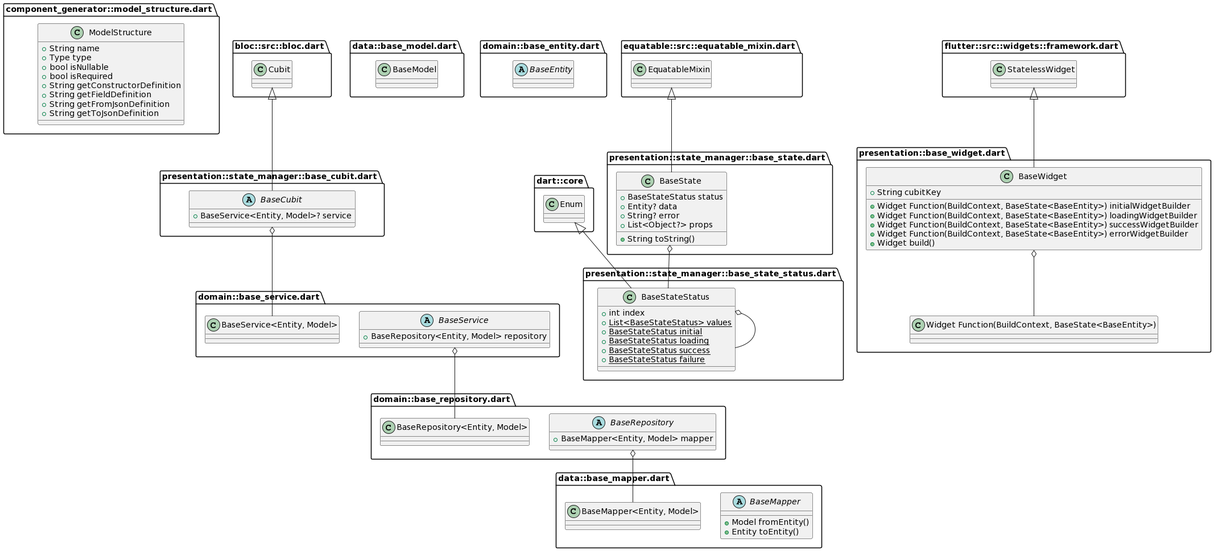
This is architecture_diagram.png from hamed-rezaee/flutter_component_base_architecture, a PlantUML export, as it was before one commit. Its diagram source:
```plantuml
@startuml
set namespaceSeparator ::

class "component_generator::model_structure.dart::ModelStructure" {
  +String name
  +Type type
  +bool isNullable
  +bool isRequired
  +String getConstructorDefinition
  +String getFieldDefinition
  +String getFromJsonDefinition
  +String getToJsonDefinition
}

abstract class "data::base_mapper.dart::BaseMapper" {
  +Model fromEntity()
  +Entity toEntity()
}

class "data::base_model.dart::BaseModel" {
}

abstract class "domain::base_repository.dart::BaseRepository" {
  +BaseMapper<Entity, Model> mapper
}

"domain::base_repository.dart::BaseRepository" o-- "data::base_mapper.dart::BaseMapper<Entity, Model>"

abstract class "domain::base_service.dart::BaseService" {
  +BaseRepository<Entity, Model> repository
}

"domain::base_service.dart::BaseService" o-- "domain::base_repository.dart::BaseRepository<Entity, Model>"

abstract class "domain::base_entity.dart::BaseEntity" {
}

class "presentation::state_manager::base_state_status.dart::BaseStateStatus" {
  +int index
  {static} +List<BaseStateStatus> values
  {static} +BaseStateStatus initial
  {static} +BaseStateStatus loading
  {static} +BaseStateStatus success
  {static} +BaseStateStatus failure
}

"presentation::state_manager::base_state_status.dart::BaseStateStatus" o-- "presentation::state_manager::base_state_status.dart::BaseStateStatus"
"dart::core::Enum" <|-- "presentation::state_manager::base_state_status.dart::BaseStateStatus"

class "presentation::state_manager::base_state.dart::BaseState" {
  +BaseStateStatus status
  +Entity? data
  +String? error
  +List<Object?> props
  +String toString()
}

"presentation::state_manager::base_state.dart::BaseState" o-- "presentation::state_manager::base_state_status.dart::BaseStateStatus"
"equatable::src::equatable_mixin.dart::EquatableMixin" <|-- "presentation::state_manager::base_state.dart::BaseState"

abstract class "presentation::state_manager::base_cubit.dart::BaseCubit" {
  +BaseService<Entity, Model>? service
}

"presentation::state_manager::base_cubit.dart::BaseCubit" o-- "domain::base_service.dart::BaseService<Entity, Model>"
"bloc::src::bloc.dart::Cubit" <|-- "presentation::state_manager::base_cubit.dart::BaseCubit"

class "presentation::base_widget.dart::BaseWidget" {
  +String cubitKey
  +Widget Function(BuildContext, BaseState<BaseEntity>) initialWidgetBuilder
  +Widget Function(BuildContext, BaseState<BaseEntity>) loadingWidgetBuilder
  +Widget Function(BuildContext, BaseState<BaseEntity>) successWidgetBuilder
  +Widget Function(BuildContext, BaseState<BaseEntity>) errorWidgetBuilder
  +Widget build()
}

"presentation::base_widget.dart::BaseWidget" o-- "presentation::base_widget.dart::Widget Function(BuildContext, BaseState<BaseEntity>)"
"flutter::src::widgets::framework.dart::StatelessWidget" <|-- "presentation::base_widget.dart::BaseWidget"
@enduml
```
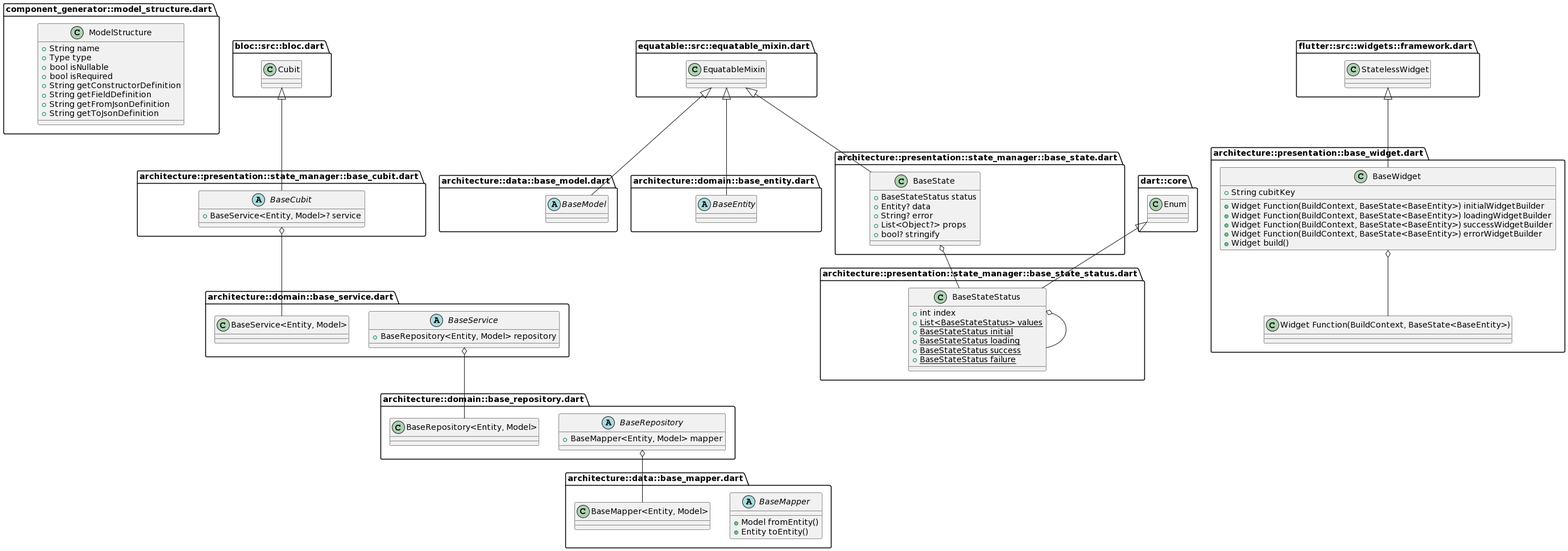
The same file after the commit.

What changed in the source:
```diff
@@ -12,30 +12,34 @@
   +String getToJsonDefinition
 }
 
-abstract class "data::base_mapper.dart::BaseMapper" {
+abstract class "architecture::data::base_mapper.dart::BaseMapper" {
   +Model fromEntity()
   +Entity toEntity()
 }
 
-class "data::base_model.dart::BaseModel" {
+abstract class "architecture::data::base_model.dart::BaseModel" {
 }
 
-abstract class "domain::base_repository.dart::BaseRepository" {
+"equatable::src::equatable_mixin.dart::EquatableMixin" <|-- "architecture::data::base_model.dart::BaseModel"
+
+abstract class "architecture::domain::base_repository.dart::BaseRepository" {
   +BaseMapper<Entity, Model> mapper
 }
 
-"domain::base_repository.dart::BaseRepository" o-- "data::base_mapper.dart::BaseMapper<Entity, Model>"
+"architecture::domain::base_repository.dart::BaseRepository" o-- "architecture::data::base_mapper.dart::BaseMapper<Entity, Model>"
 
-abstract class "domain::base_service.dart::BaseService" {
+abstract class "architecture::domain::base_service.dart::BaseService" {
   +BaseRepository<Entity, Model> repository
 }
 
-"domain::base_service.dart::BaseService" o-- "domain::base_repository.dart::BaseRepository<Entity, Model>"
+"architecture::domain::base_service.dart::BaseService" o-- "architecture::domain::base_repository.dart::BaseRepository<Entity, Model>"
 
-abstract class "domain::base_entity.dart::BaseEntity" {
+abstract class "architecture::domain::base_entity.dart::BaseEntity" {
 }
 
-class "presentation::state_manager::base_state_status.dart::BaseStateStatus" {
+"equatable::src::equatable_mixin.dart::EquatableMixin" <|-- "architecture::domain::base_entity.dart::BaseEntity"
+
+class "architecture::presentation::state_manager::base_state_status.dart::BaseStateStatus" {
   +int index
   {static} +List<BaseStateStatus> values
   {static} +BaseStateStatus initial
@@ -44,28 +48,28 @@
   {static} +BaseStateStatus failure
 }
 
-"presentation::state_manager::base_state_status.dart::BaseStateStatus" o-- "presentation::state_manager::base_state_status.dart::BaseStateStatus"
-"dart::core::Enum" <|-- "presentation::state_manager::base_state_status.dart::BaseStateStatus"
+"architecture::presentation::state_manager::base_state_status.dart::BaseStateStatus" o-- "architecture::presentation::state_manager::base_state_status.dart::BaseStateStatus"
+"dart::core::Enum" <|-- "architecture::presentation::state_manager::base_state_status.dart::BaseStateStatus"
 
-class "presentation::state_manager::base_state.dart::BaseState" {
+class "architecture::presentation::state_manager::base_state.dart::BaseState" {
   +BaseStateStatus status
   +Entity? data
   +String? error
   +List<Object?> props
-  +String toString()
+  +bool? stringify
 }
 
-"presentation::state_manager::base_state.dart::BaseState" o-- "presentation::state_manager::base_state_status.dart::BaseStateStatus"
-"equatable::src::equatable_mixin.dart::EquatableMixin" <|-- "presentation::state_manager::base_state.dart::BaseState"
+"architecture::presentation::state_manager::base_state.dart::BaseState" o-- "architecture::presentation::state_manager::base_state_status.dart::BaseStateStatus"
+"equatable::src::equatable_mixin.dart::EquatableMixin" <|-- "architecture::presentation::state_manager::base_state.dart::BaseState"
 
-abstract class "presentation::state_manager::base_cubit.dart::BaseCubit" {
+abstract class "architecture::presentation::state_manager::base_cubit.dart::BaseCubit" {
   +BaseService<Entity, Model>? service
 }
 
-"presentation::state_manager::base_cubit.dart::BaseCubit" o-- "domain::base_service.dart::BaseService<Entity, Model>"
-"bloc::src::bloc.dart::Cubit" <|-- "presentation::state_manager::base_cubit.dart::BaseCubit"
+"architecture::presentation::state_manager::base_cubit.dart::BaseCubit" o-- "architecture::domain::base_service.dart::BaseService<Entity, Model>"
+"bloc::src::bloc.dart::Cubit" <|-- "architecture::presentation::state_manager::base_cubit.dart::BaseCubit"
 
-class "presentation::base_widget.dart::BaseWidget" {
+class "architecture::presentation::base_widget.dart::BaseWidget" {
   +String cubitKey
   +Widget Function(BuildContext, BaseState<BaseEntity>) initialWidgetBuilder
   +Widget Function(BuildContext, BaseState<BaseEntity>) loadingWidgetBuilder
@@ -74,6 +78,6 @@
   +Widget build()
 }
 
-"presentation::base_widget.dart::BaseWidget" o-- "presentation::base_widget.dart::Widget Function(BuildContext, BaseState<BaseEntity>)"
-"flutter::src::widgets::framework.dart::StatelessWidget" <|-- "presentation::base_widget.dart::BaseWidget"
+"architecture::presentation::base_widget.dart::BaseWidget" o-- "architecture::presentation::base_widget.dart::Widget Function(BuildContext, BaseState<BaseEntity>)"
+"flutter::src::widgets::framework.dart::StatelessWidget" <|-- "architecture::presentation::base_widget.dart::BaseWidget"
 @enduml
```
